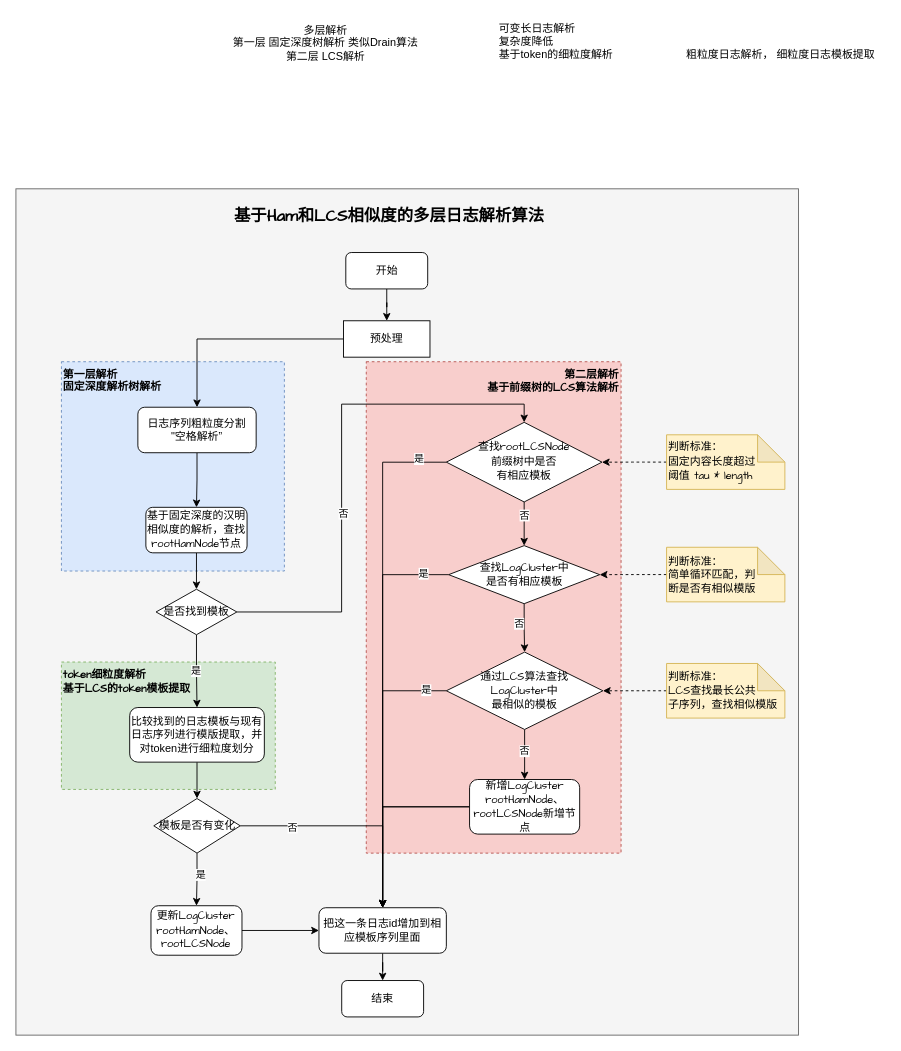
Before: 未命名绘图.drawio in StruggleForCode/draw, a draw.io diagram. Source tidied: cells renumbered, new cells numbered last; positions are measured from the earlier drawing's top-left corner, leaving out a move shared by most shapes. Both pictures are drawn from the tidied source at 91%, with x=0, y=0 at pixel (15, 15).
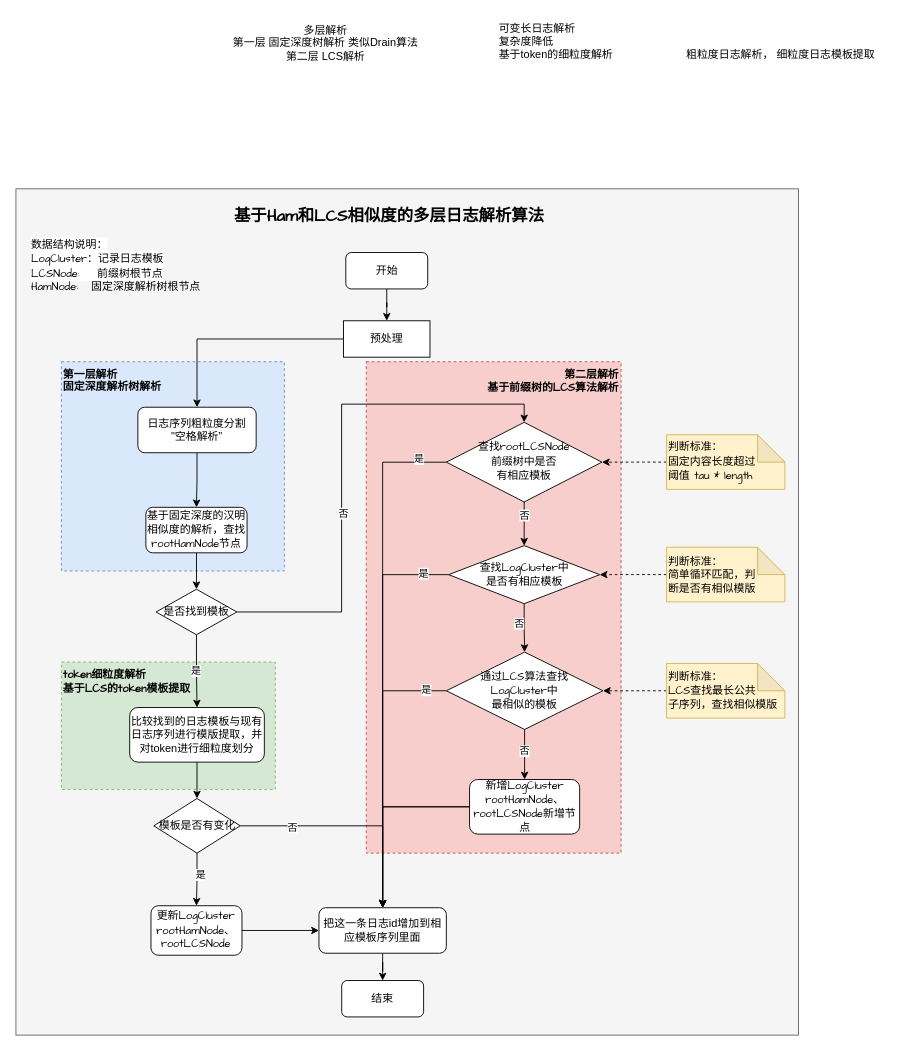
After the change.

Commit message (it also covers changes not shown here):
基于Ham和LCS相似度的多层日志解析算法.drawio

The edit, as a diff of the source:
```diff
@@
+    <mxCell id="61" value="&lt;div&gt;&lt;font style=&quot;background-color: light-dark(#ffffff, var(--ge-dark-color, #121212));&quot; face=&quot;Comic Sans MS&quot;&gt;数据结构说明：&lt;/font&gt;&lt;/div&gt;&lt;font style=&quot;background-color: light-dark(#ffffff, var(--ge-dark-color, #121212));&quot; face=&quot;Comic Sans MS&quot;&gt;LogCluster：记录日志模板&lt;/font&gt;&lt;div&gt;&lt;font style=&quot;background-color: light-dark(#ffffff, var(--ge-dark-color, #121212));&quot; face=&quot;Comic Sans MS&quot;&gt;LCSNode:&amp;nbsp; &amp;nbsp; 前缀树根节点&lt;/font&gt;&lt;/div&gt;&lt;div&gt;&lt;font face=&quot;Comic Sans MS&quot;&gt;HamNode:&amp;nbsp; &amp;nbsp;固定深度解析树根节点&lt;/font&gt;&lt;/div&gt;" style="text;html=1;align=left;verticalAlign=middle;strokeColor=none;fillColor=none;fontFamily=Helvetica;fontSize=12;fontColor=default;" parent="1" vertex="1">
+      <mxGeometry x="15" y="240" width="210" height="70" as="geometry" />
+    </mxCell>
```
